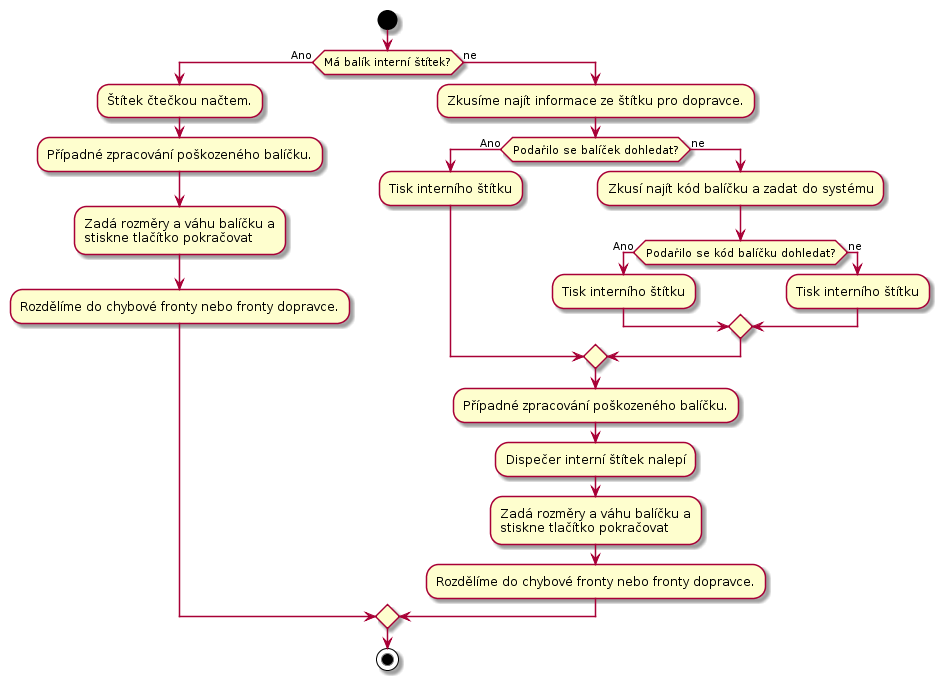
Before: docs/diagrams/out/uc-26-activity.png, a diagram exported from PlantUML (Internet-Handel/postman).
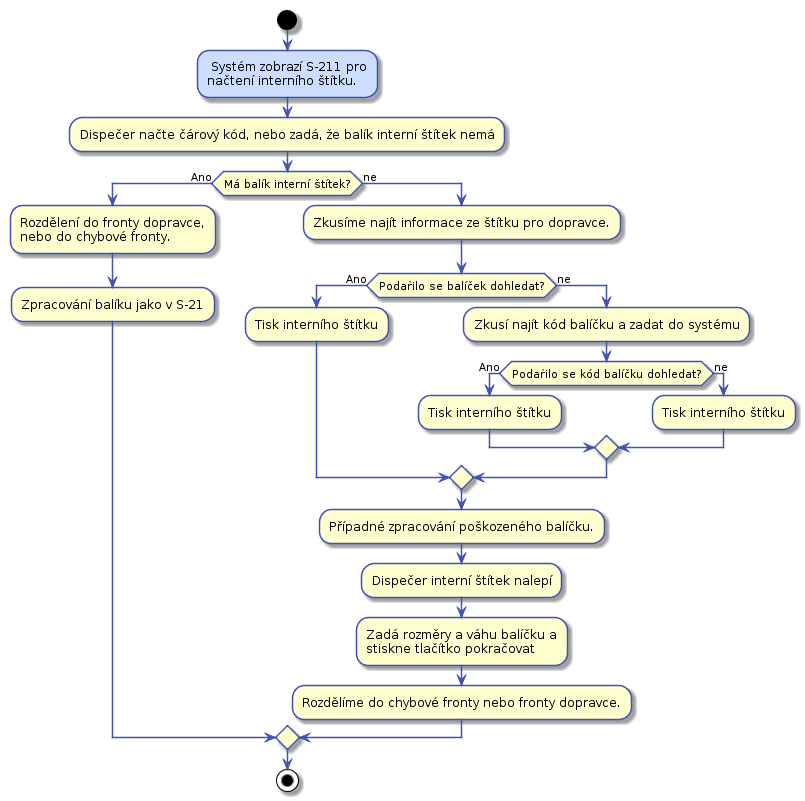
Later version of the same file.

What changed in the source:
```diff
@@ -1,11 +1,28 @@
 @startuml
+
+skinparam activity {
+    BorderColor #4053AF
+    ArrowColor #4053AF
+    FontName Roboto
+}
+
+skinparam activityDiamond {
+    BorderColor #4053AF
+    ArrowColor #4053AF
+    FontName Roboto
+}
+
 start
+
+#CDDDFF: Systém zobrazí S-211 pro
+načtení interního štítku.;
+:Dispečer načte čárový kód, nebo zadá, že balík interní štítek nemá;
+
 if (Má balík interní štítek?) then (Ano)
-    :Štítek čtečkou načtem.;
-    :Případné zpracování poškozeného balíčku.;
-    :Zadá rozměry a váhu balíčku a
-    stiskne tlačítko pokračovat;
-    :Rozdělíme do chybové fronty nebo fronty dopravce.;
+    :Rozdělení do fronty dopravce,
+    nebo do chybové fronty.;
+    :Zpracování balíku jako v S-21;
+
 else (ne)
     :Zkusíme najít informace ze štítku pro dopravce.;
     if (Podařilo se balíček dohledat?) then (Ano)
```
